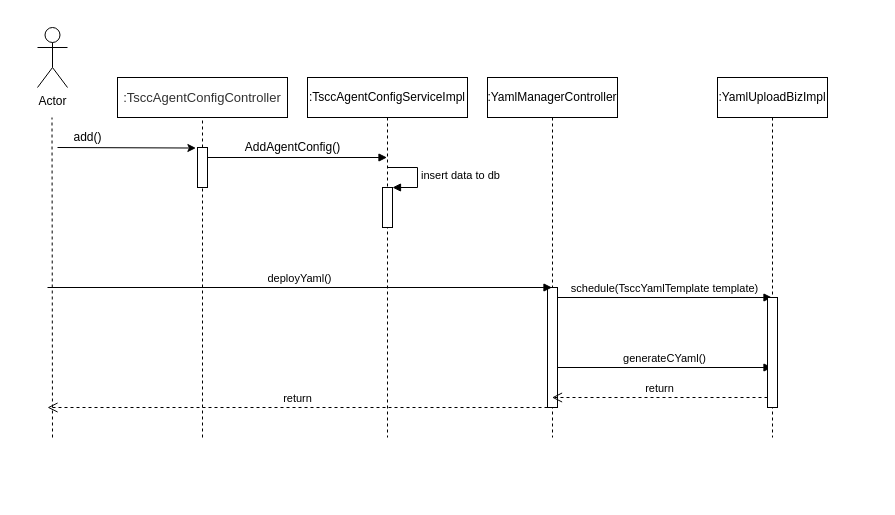
Before: Untitled Diagram.drawio in jjjjok/img, a draw.io diagram. Source tidied: cells renumbered, new cells numbered last; positions are measured from the earlier drawing's top-left corner, leaving out a move shared by most shapes. Both pictures are drawn from the tidied source at 100%, with x=0, y=0 at pixel (37, 27).
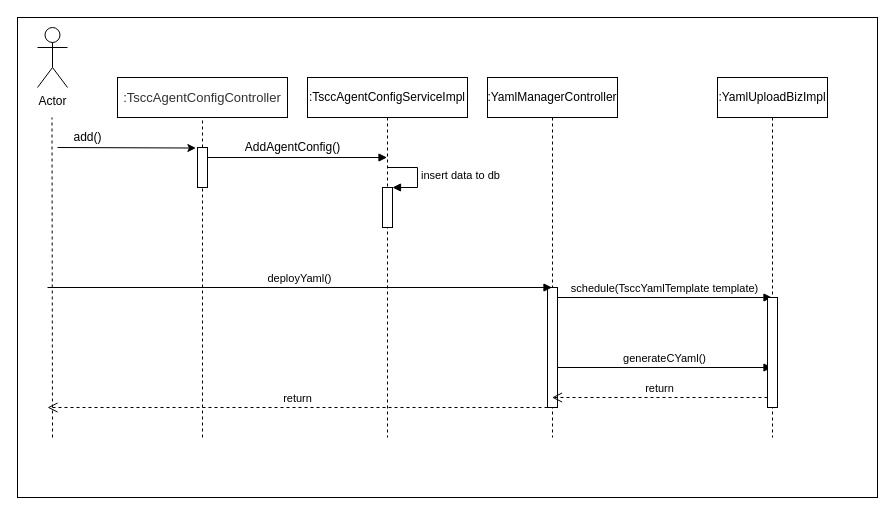
After the change.

Diff of the diagram source:
```diff
@@
+    <mxCell id="24" style="rounded=0;whiteSpace=wrap;html=1;" parent="1" vertex="1">
+      <mxGeometry x="-20" y="-10" width="860" height="480" as="geometry" />
+    </mxCell>
```
